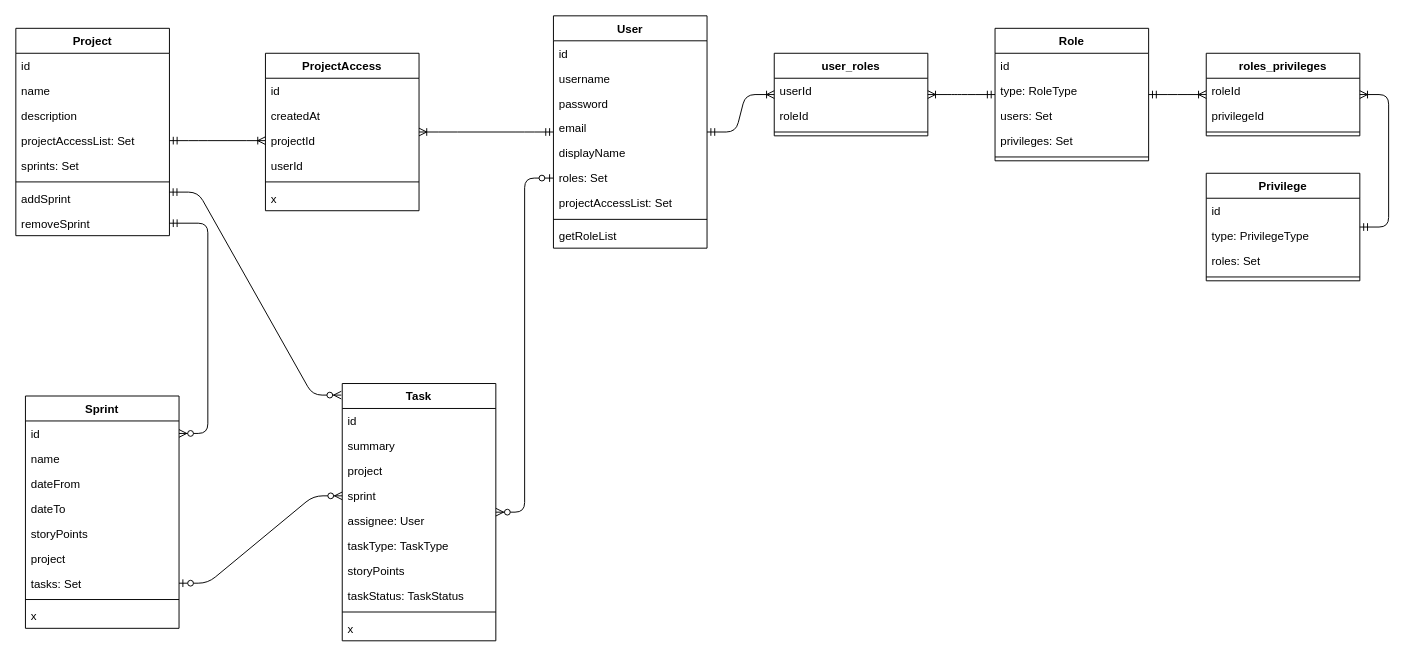
This is page "db" (1 of 2) of docs/database/database model.drawio from cosminbucur/final-ro23, a draw.io file, before an edit. Source tidied: cells renumbered, new cells numbered last; positions are measured from the earlier drawing's top-left corner, leaving out a move shared by most shapes. Both pictures are drawn from the tidied source at 96%, with x=0, y=0 at pixel (15, 15).
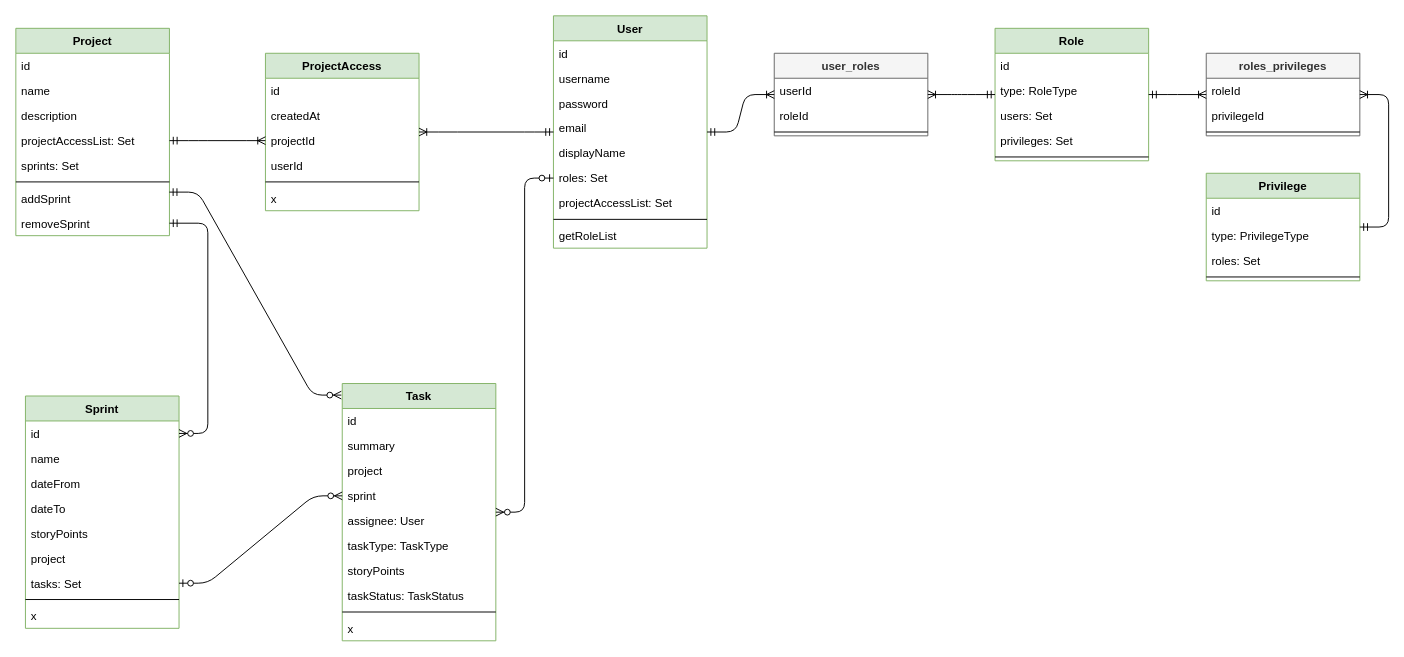
The same diagram, later.

Commit message:
update database model

What changed in the source:
```diff
@@
-    <mxCell id="2" value="Project" style="swimlane;fontStyle=1;align=center;verticalAlign=top;horizontal=1;startSize=26;" parent="1" vertex="1">
+    <mxCell id="2" value="Project" style="swimlane;fontStyle=1;align=center;verticalAlign=top;horizontal=1;startSize=26;fillColor=#d5e8d4;strokeColor=#82b366;" parent="1" vertex="1">
       <mxGeometry y="13" width="160" height="216" as="geometry" />
     </mxCell>
@@
-    <mxCell id="11" value="Sprint" style="swimlane;fontStyle=1;align=center;verticalAlign=top;horizontal=1;startSize=26;" parent="1" vertex="1">
+    <mxCell id="11" value="Sprint" style="swimlane;fontStyle=1;align=center;verticalAlign=top;horizontal=1;startSize=26;fillColor=#d5e8d4;strokeColor=#82b366;" parent="1" vertex="1">
       <mxGeometry x="10" y="396" width="160" height="242" as="geometry" />
     </mxCell>
@@
-    <mxCell id="21" value="Task" style="swimlane;fontStyle=1;align=center;verticalAlign=top;horizontal=1;startSize=26;" parent="1" vertex="1">
+    <mxCell id="21" value="Task" style="swimlane;fontStyle=1;align=center;verticalAlign=top;horizontal=1;startSize=26;fillColor=#d5e8d4;strokeColor=#82b366;" parent="1" vertex="1">
       <mxGeometry x="340" y="383" width="160" height="268" as="geometry" />
     </mxCell>
@@
-    <mxCell id="32" value="User" style="swimlane;fontStyle=1;align=center;verticalAlign=top;horizontal=1;startSize=26;" parent="1" vertex="1">
+    <mxCell id="32" value="User" style="swimlane;fontStyle=1;align=center;verticalAlign=top;horizontal=1;startSize=26;fillColor=#d5e8d4;strokeColor=#82b366;" parent="1" vertex="1">
       <mxGeometry x="560" width="160" height="242" as="geometry" />
     </mxCell>
@@
-    <mxCell id="42" value="ProjectAccess" style="swimlane;fontStyle=1;align=center;verticalAlign=top;horizontal=1;startSize=26;" parent="1" vertex="1">
+    <mxCell id="42" value="ProjectAccess" style="swimlane;fontStyle=1;align=center;verticalAlign=top;horizontal=1;startSize=26;fillColor=#d5e8d4;strokeColor=#82b366;" parent="1" vertex="1">
       <mxGeometry x="260" y="39" width="160" height="164" as="geometry" />
     </mxCell>
@@
-    <mxCell id="55" value="Role" style="swimlane;fontStyle=1;align=center;verticalAlign=top;horizontal=1;startSize=26;" parent="1" vertex="1">
+    <mxCell id="55" value="Role" style="swimlane;fontStyle=1;align=center;verticalAlign=top;horizontal=1;startSize=26;fillColor=#d5e8d4;strokeColor=#82b366;" parent="1" vertex="1">
       <mxGeometry x="1020" y="13" width="160" height="138" as="geometry" />
     </mxCell>
@@
-    <mxCell id="61" value="Privilege" style="swimlane;fontStyle=1;align=center;verticalAlign=top;horizontal=1;startSize=26;" parent="1" vertex="1">
+    <mxCell id="61" value="Privilege" style="swimlane;fontStyle=1;align=center;verticalAlign=top;horizontal=1;startSize=26;fillColor=#d5e8d4;strokeColor=#82b366;" parent="1" vertex="1">
       <mxGeometry x="1240" y="164" width="160" height="112" as="geometry" />
     </mxCell>
@@
-    <mxCell id="66" value="roles_privileges" style="swimlane;fontStyle=1;align=center;verticalAlign=top;horizontal=1;startSize=26;" parent="1" vertex="1">
+    <mxCell id="66" value="roles_privileges" style="swimlane;fontStyle=1;align=center;verticalAlign=top;horizontal=1;startSize=26;fillColor=#f5f5f5;strokeColor=#666666;fontColor=#333333;" parent="1" vertex="1">
       <mxGeometry x="1240" y="39" width="160" height="86" as="geometry" />
     </mxCell>
@@
-    <mxCell id="70" value="user_roles" style="swimlane;fontStyle=1;align=center;verticalAlign=top;horizontal=1;startSize=26;" parent="1" vertex="1">
+    <mxCell id="70" value="user_roles" style="swimlane;fontStyle=1;align=center;verticalAlign=top;horizontal=1;startSize=26;fillColor=#f5f5f5;strokeColor=#666666;fontColor=#333333;" parent="1" vertex="1">
       <mxGeometry x="790" y="39" width="160" height="86" as="geometry" />
     </mxCell>
```
